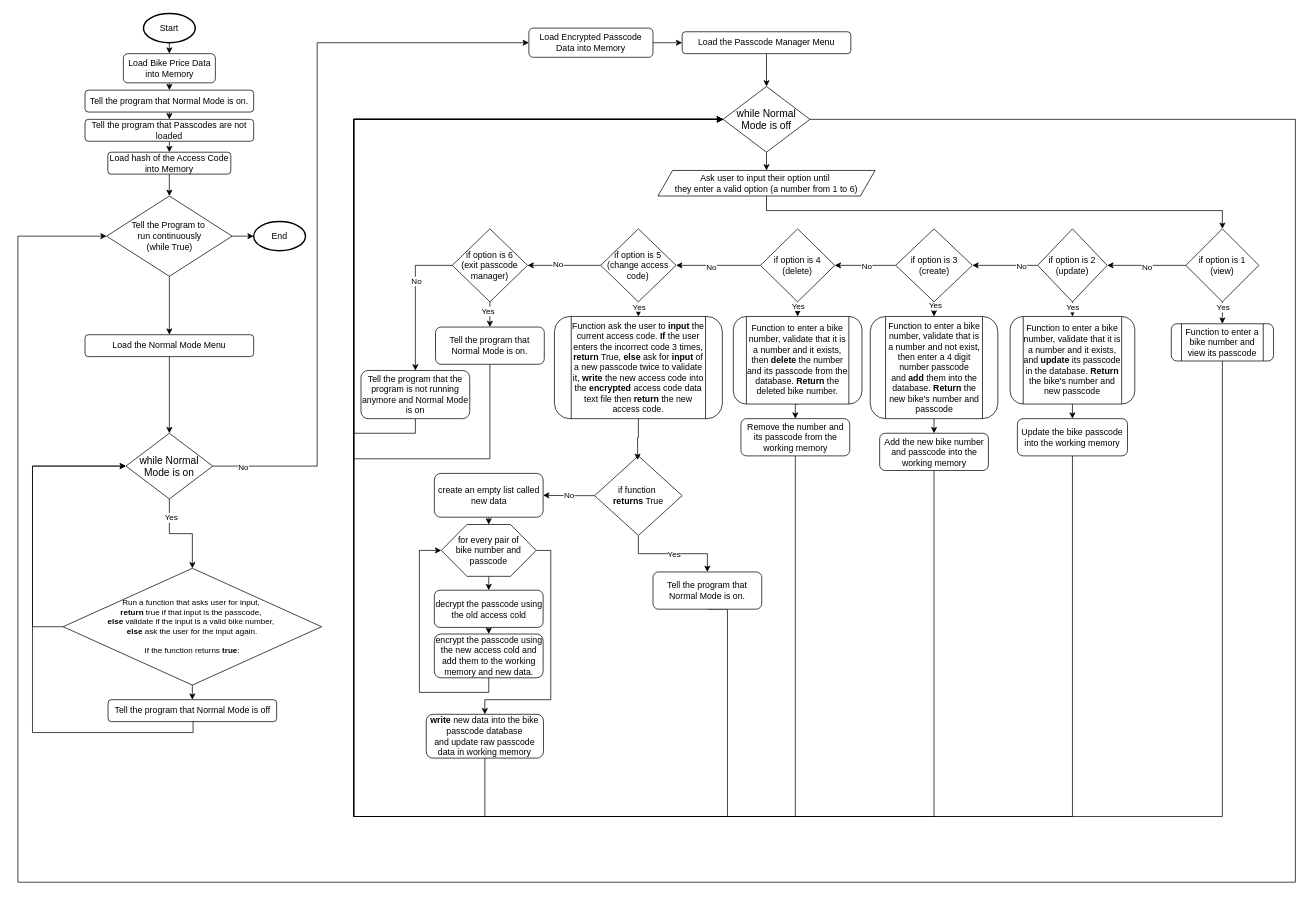
Above: Untitled Diagram.drawio in bun781/cortado (draw.io), before the change. Source tidied: cells renumbered, new cells numbered last; positions are measured from the earlier drawing's top-left corner, leaving out a move shared by most shapes. Both pictures are drawn from the tidied source at 73%, with x=0, y=0 at pixel (18, 13).
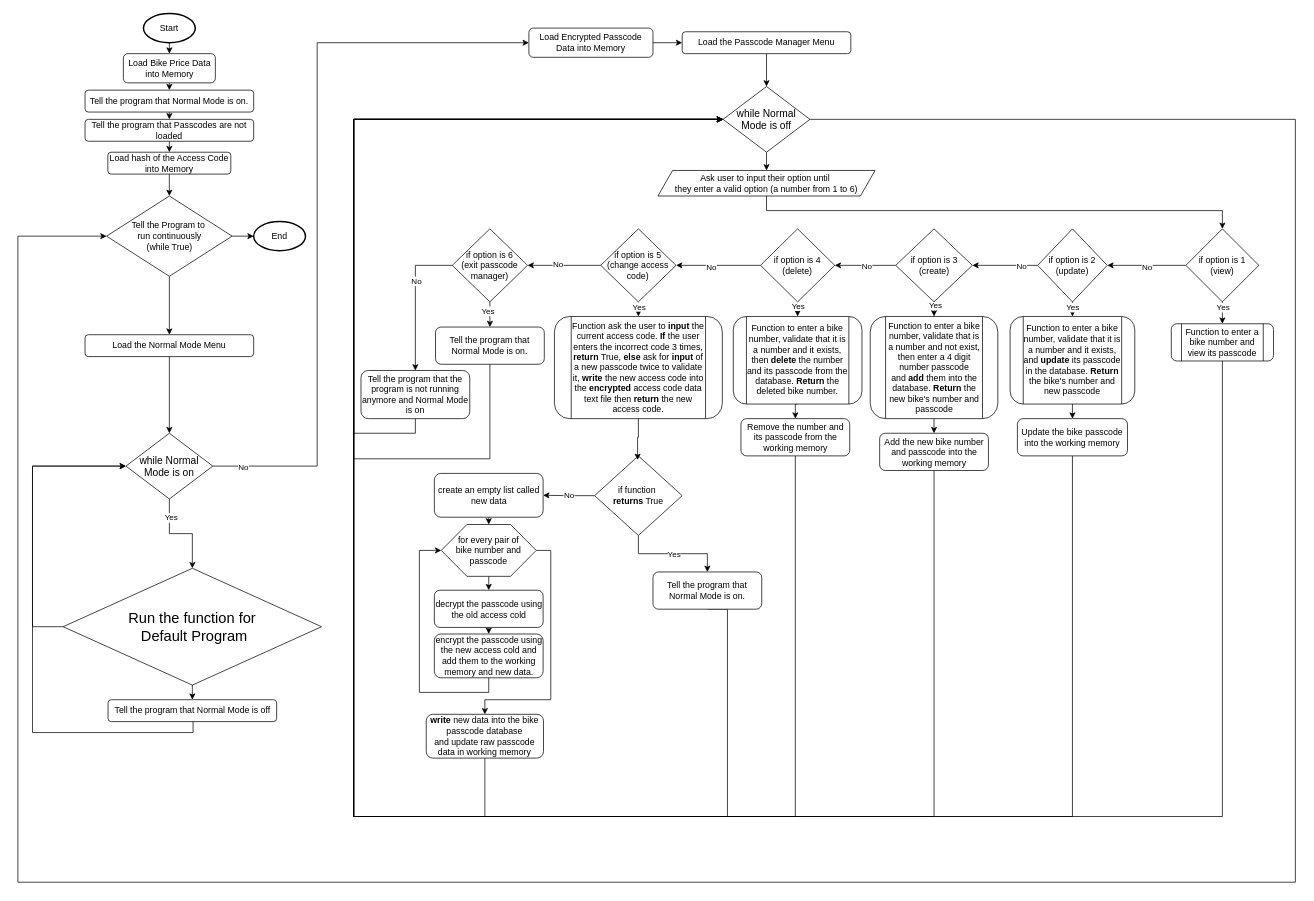
The same page after the edit.

The edit, as a diff of the source:
```diff
@@
-    <mxCell id="13" value="&lt;div style=&quot;font-size: 11px;&quot;&gt;&lt;font style=&quot;font-size: 11px;&quot;&gt;Run a function that asks user for input,&amp;nbsp;&lt;/font&gt;&lt;/div&gt;&lt;div style=&quot;font-size: 11px;&quot;&gt;&lt;font style=&quot;font-size: 11px;&quot;&gt;&lt;b&gt;return &lt;/b&gt;true if that input is the passcode,&amp;nbsp;&lt;/font&gt;&lt;/div&gt;&lt;div style=&quot;font-size: 11px;&quot;&gt;&lt;font style=&quot;font-size: 11px;&quot;&gt;&lt;b&gt;else &lt;/b&gt;validate if the input is a valid bike number,&amp;nbsp;&lt;/font&gt;&lt;/div&gt;&lt;div style=&quot;font-size: 11px;&quot;&gt;&lt;font style=&quot;font-size: 11px;&quot;&gt;&lt;b&gt;else &lt;/b&gt;ask the user for the input again.&lt;/font&gt;&lt;/div&gt;&lt;div style=&quot;font-size: 11px;&quot;&gt;&lt;font style=&quot;font-size: 11px;&quot;&gt;&lt;br&gt;&lt;/font&gt;&lt;/div&gt;&lt;div style=&quot;font-size: 11px;&quot;&gt;&lt;font style=&quot;font-size: 11px;&quot;&gt;&lt;font style=&quot;font-size: 11px;&quot;&gt;If the function returns&lt;b&gt; true&lt;/b&gt;:&lt;/font&gt;&lt;font style=&quot;font-size: 11px;&quot;&gt;&lt;br&gt;&lt;/font&gt;&lt;/font&gt;&lt;/div&gt;" style="rhombus;whiteSpace=wrap;html=1;fontSize=8;" parent="1" vertex="1">
+    <mxCell id="13" value="&lt;div&gt;&lt;font style=&quot;font-size: 20px;&quot;&gt;Run the function for&lt;/font&gt;&lt;/div&gt;&lt;div&gt;&lt;font style=&quot;font-size: 20px;&quot;&gt;&amp;nbsp;Default Program&lt;/font&gt;&lt;/div&gt;" style="rhombus;whiteSpace=wrap;html=1;fontSize=8;" parent="1" vertex="1">
       <mxGeometry x="62" y="760" width="354" height="160" as="geometry" />
     </mxCell>
```
